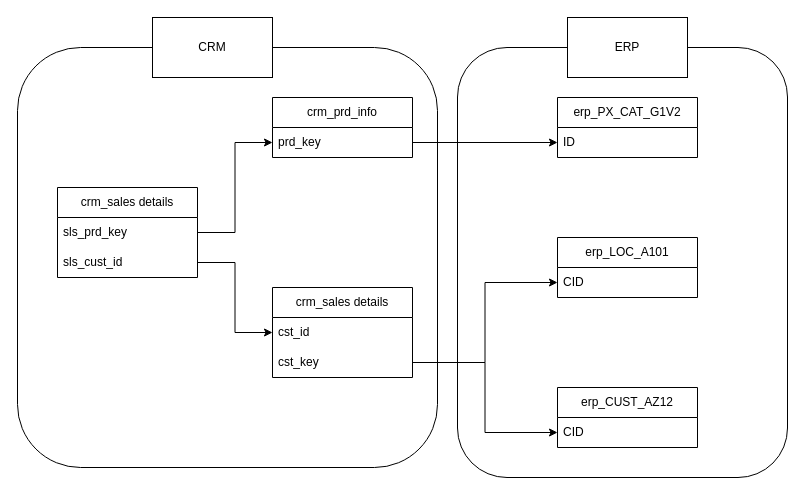
The draw.io diagram docs/conceptual_data_model.drawio in EyadElnagdy/sql_datawarehouse_project, before the edit. Source tidied: cells renumbered, new cells numbered last; positions are measured from the earlier drawing's top-left corner, leaving out a move shared by most shapes. Both pictures are drawn from the tidied source at 100%, with x=0, y=0 at pixel (17, 17).
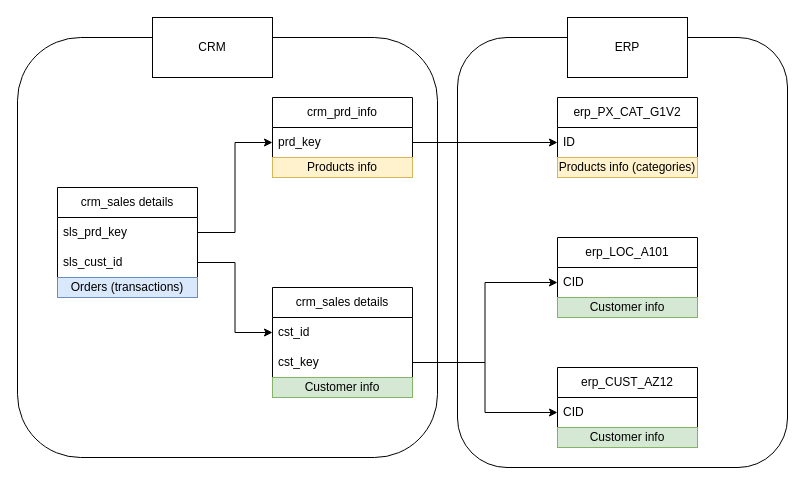
Above is the later version.

Change to the diagram source:
```diff
@@
     <mxCell id="2" style="rounded=1;whiteSpace=wrap;html=1;fillColor=none;" parent="1" vertex="1">
-      <mxGeometry x="440" y="30" width="330" height="430" as="geometry" />
+      <mxGeometry x="440" y="20" width="330" height="430" as="geometry" />
     </mxCell>
     <mxCell id="3" style="rounded=1;whiteSpace=wrap;html=1;fillColor=none;" parent="1" vertex="1">
-      <mxGeometry y="30" width="420" height="420" as="geometry" />
+      <mxGeometry y="20" width="420" height="420" as="geometry" />
     </mxCell>
@@
     <mxCell id="18" value="erp_CUST_AZ12" style="swimlane;fontStyle=0;horizontal=1;startSize=30;whiteSpace=wrap;html=1;" parent="1" vertex="1">
-      <mxGeometry x="540" y="370" width="140" height="60" as="geometry" />
+      <mxGeometry x="540" y="350" width="140" height="60" as="geometry" />
     </mxCell>
@@
+    <mxCell id="25" value="Orders (transactions)" style="rounded=0;whiteSpace=wrap;html=1;fillColor=#dae8fc;strokeColor=#6c8ebf;" parent="1" vertex="1">
+      <mxGeometry x="40" y="260" width="140" height="20" as="geometry" />
+    </mxCell>
+    <mxCell id="26" value="Products info" style="rounded=0;whiteSpace=wrap;html=1;fillColor=#fff2cc;strokeColor=#d6b656;" parent="1" vertex="1">
+      <mxGeometry x="255" y="140" width="140" height="20" as="geometry" />
+    </mxCell>
+    <mxCell id="27" value="Customer info" style="rounded=0;whiteSpace=wrap;html=1;fillColor=#d5e8d4;strokeColor=#82b366;" parent="1" vertex="1">
+      <mxGeometry x="255" y="360" width="140" height="20" as="geometry" />
+    </mxCell>
+    <mxCell id="28" value="Products info (categories)" style="rounded=0;whiteSpace=wrap;html=1;fillColor=#fff2cc;strokeColor=#d6b656;" parent="1" vertex="1">
+      <mxGeometry x="540" y="140" width="140" height="20" as="geometry" />
+    </mxCell>
+    <mxCell id="29" value="Customer info" style="rounded=0;whiteSpace=wrap;html=1;fillColor=#d5e8d4;strokeColor=#82b366;" parent="1" vertex="1">
+      <mxGeometry x="540" y="280" width="140" height="20" as="geometry" />
+    </mxCell>
+    <mxCell id="30" value="Customer info" style="rounded=0;whiteSpace=wrap;html=1;fillColor=#d5e8d4;strokeColor=#82b366;" parent="1" vertex="1">
+      <mxGeometry x="540" y="410" width="140" height="20" as="geometry" />
+    </mxCell>
```
